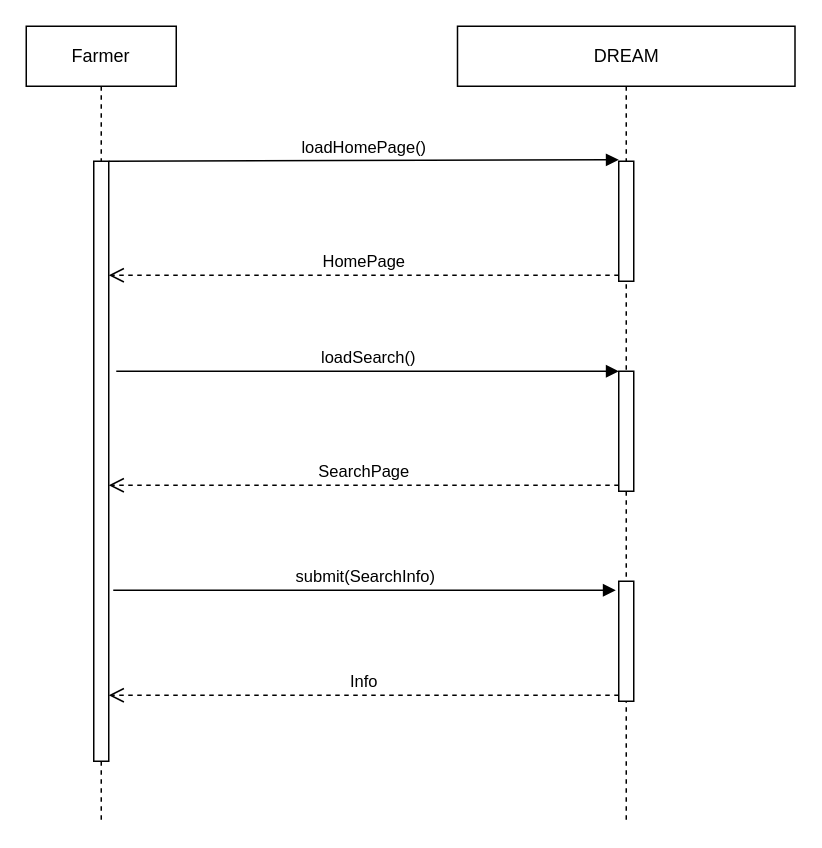
The draw.io diagram page "FarmeRserachInfo" (6 of 13) of RASD/diagrams/Sequence Diagram.drawio in ictar/DREAM-SE2-Project-2022, before the edit. Source tidied: cells renumbered, new cells numbered last; positions are measured from the earlier drawing's top-left corner, leaving out a move shared by most shapes. Both pictures are drawn from the tidied source at 150%, with x=0, y=0 at pixel (26, 26).
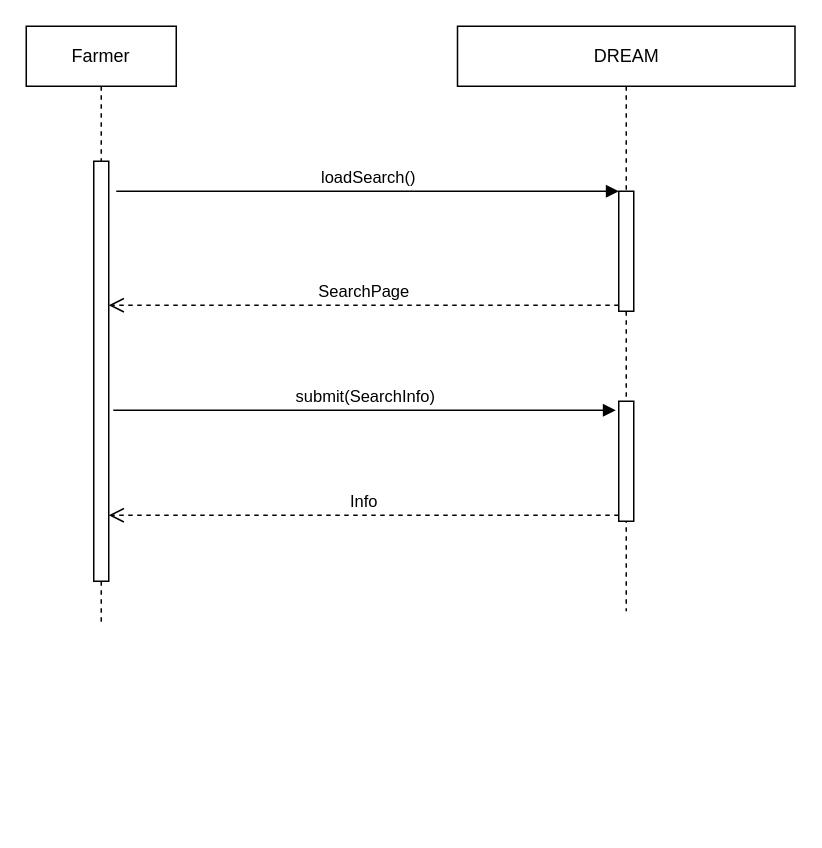
After the change.

Diff of the diagram source:
```diff
@@
 <mxGraphModel>
   <root>
     <mxCell id="0" />
     <mxCell id="1" parent="0" />
     <mxCell id="2" value="Farmer" style="shape=umlLifeline;perimeter=lifelinePerimeter;whiteSpace=wrap;html=1;" parent="1" vertex="1">
-      <mxGeometry width="100" height="530" as="geometry" />
+      <mxGeometry width="100" height="400" as="geometry" />
     </mxCell>
     <mxCell id="3" value="DREAM" style="shape=umlLifeline;perimeter=lifelinePerimeter;whiteSpace=wrap;html=1;" parent="1" vertex="1">
-      <mxGeometry x="287.5" width="225" height="530" as="geometry" />
+      <mxGeometry x="287.5" width="225" height="390" as="geometry" />
     </mxCell>
-    <mxCell id="4" value="loadHomePage()" style="html=1;verticalAlign=bottom;endArrow=block;rounded=0;entryX=0;entryY=-0.012;entryDx=0;entryDy=0;entryPerimeter=0;" parent="1" edge="1" target="10">
-      <mxGeometry relative="1" as="geometry">
-        <mxPoint x="55" y="90" as="sourcePoint" />
-      </mxGeometry>
-    </mxCell>
-    <mxCell id="5" value="HomePage" style="html=1;verticalAlign=bottom;endArrow=open;dashed=1;endSize=8;exitX=0;exitY=0.95;rounded=0;" parent="1" edge="1" source="10">
-      <mxGeometry relative="1" as="geometry">
-        <mxPoint x="55" y="166" as="targetPoint" />
-      </mxGeometry>
-    </mxCell>
     <mxCell id="6" value="loadSearch()" style="html=1;verticalAlign=bottom;endArrow=block;entryX=0;entryY=0;rounded=0;" parent="1" edge="1" target="11">
       <mxGeometry relative="1" as="geometry">
-        <mxPoint x="60" y="230" as="sourcePoint" />
+        <mxPoint x="60" y="110" as="sourcePoint" />
       </mxGeometry>
     </mxCell>
     <mxCell id="7" value="SearchPage" style="html=1;verticalAlign=bottom;endArrow=open;dashed=1;endSize=8;exitX=0;exitY=0.95;rounded=0;" parent="1" edge="1" source="11">
       <mxGeometry relative="1" as="geometry">
-        <mxPoint x="55" y="306" as="targetPoint" />
+        <mxPoint x="55" y="186" as="targetPoint" />
       </mxGeometry>
     </mxCell>
     <mxCell id="8" value="submit(SearchInfo)" style="html=1;verticalAlign=bottom;endArrow=block;entryX=0;entryY=0;rounded=0;" parent="1" edge="1">
       <mxGeometry relative="1" as="geometry">
-        <mxPoint x="58" y="376" as="sourcePoint" />
-        <mxPoint x="393" y="376" as="targetPoint" />
+        <mxPoint x="58" y="256" as="sourcePoint" />
+        <mxPoint x="393" y="256" as="targetPoint" />
       </mxGeometry>
     </mxCell>
     <mxCell id="9" value="Info" style="html=1;verticalAlign=bottom;endArrow=open;dashed=1;endSize=8;exitX=0;exitY=0.95;rounded=0;" parent="1" edge="1">
       <mxGeometry relative="1" as="geometry">
-        <mxPoint x="395" y="446" as="sourcePoint" />
-        <mxPoint x="55" y="446" as="targetPoint" />
+        <mxPoint x="395" y="326" as="sourcePoint" />
+        <mxPoint x="55" y="326" as="targetPoint" />
       </mxGeometry>
     </mxCell>
-    <mxCell id="10" style="html=1;points=[];perimeter=orthogonalPerimeter;" parent="1" vertex="1">
-      <mxGeometry x="395" y="90" width="10" height="80" as="geometry" />
-    </mxCell>
     <mxCell id="11" style="html=1;points=[];perimeter=orthogonalPerimeter;" parent="1" vertex="1">
-      <mxGeometry x="395" y="230" width="10" height="80" as="geometry" />
+      <mxGeometry x="395" y="110" width="10" height="80" as="geometry" />
     </mxCell>
     <mxCell id="12" style="html=1;perimeter=orthogonalPerimeter;" parent="1" vertex="1">
-      <mxGeometry x="395" y="370" width="10" height="80" as="geometry" />
+      <mxGeometry x="395" y="250" width="10" height="80" as="geometry" />
     </mxCell>
     <mxCell id="13" style="html=1;perimeter=orthogonalPerimeter;" parent="1" vertex="1">
-      <mxGeometry x="45" y="90" width="10" height="400" as="geometry" />
+      <mxGeometry x="45" y="90" width="10" height="280" as="geometry" />
     </mxCell>
   </root>
 </mxGraphModel>
```
